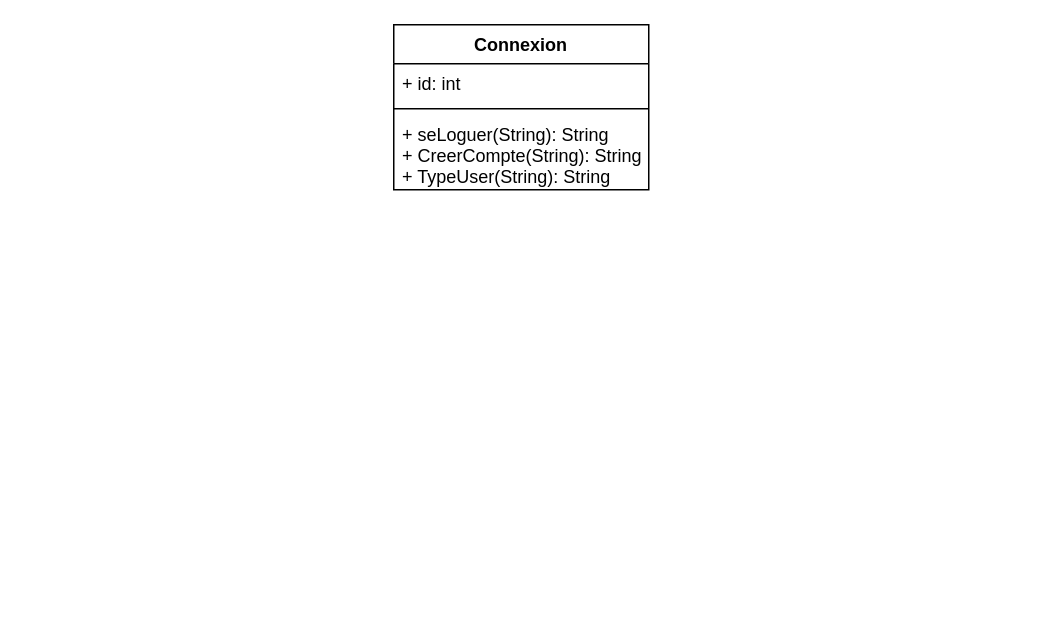
Earlier version of the draw.io diagram Untitled Diagram.drawio (barais/tpjpa2024). Source tidied: cells renumbered, new cells numbered last; positions are measured from the earlier drawing's top-left corner, leaving out a move shared by most shapes. Both pictures are drawn from the tidied source at 150%, with x=0, y=0 at pixel (393, 24).
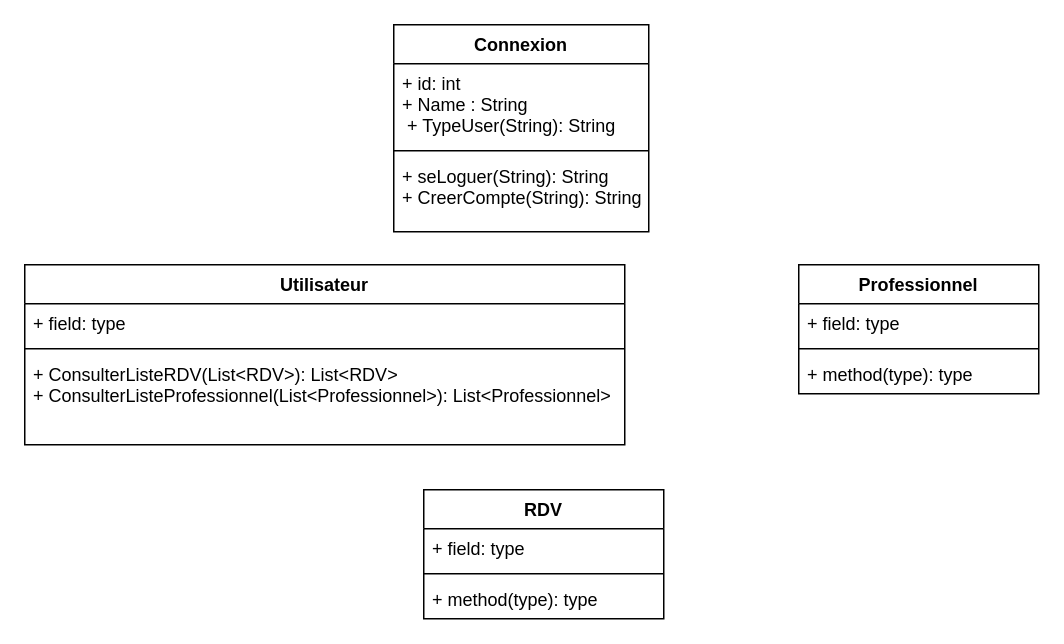
The same diagram, later.

What changed in the source:
```diff
@@
 <mxGraphModel>
   <root>
     <mxCell id="0" />
     <mxCell id="1" parent="0" />
     <mxCell id="2" value="Connexion" style="swimlane;fontStyle=1;align=center;verticalAlign=top;horizontal=1;startSize=26;" parent="1" vertex="1">
-      <mxGeometry width="170" height="110" as="geometry" />
+      <mxGeometry width="170" height="138" as="geometry" />
     </mxCell>
-    <mxCell id="3" value="+ id: int &#10;" style="text;strokeColor=none;fillColor=none;align=left;verticalAlign=top;spacingLeft=4;spacingRight=4;overflow=hidden;" parent="2" vertex="1">
-      <mxGeometry y="26" width="170" height="26" as="geometry" />
+    <mxCell id="3" value="+ id: int&#10;+ Name : String&#10; + TypeUser(String): String&#10;&#10;" style="text;strokeColor=none;fillColor=none;align=left;verticalAlign=top;spacingLeft=4;spacingRight=4;overflow=hidden;" parent="2" vertex="1">
+      <mxGeometry y="26" width="170" height="54" as="geometry" />
     </mxCell>
     <mxCell id="4" style="line;strokeWidth=1;fillColor=none;align=left;verticalAlign=middle;spacingTop=-1;spacingLeft=3;spacingRight=3;labelPosition=right;" parent="2" vertex="1">
-      <mxGeometry y="52" width="170" height="8" as="geometry" />
+      <mxGeometry y="80" width="170" height="8" as="geometry" />
     </mxCell>
-    <mxCell id="5" value="+ seLoguer(String): String&#10;+ CreerCompte(String): String&#10;+ TypeUser(String): String&#10;" style="text;strokeColor=none;fillColor=none;align=left;verticalAlign=top;spacingLeft=4;spacingRight=4;overflow=hidden;" parent="2" vertex="1">
-      <mxGeometry y="60" width="170" height="50" as="geometry" />
+    <mxCell id="5" value="+ seLoguer(String): String&#10;+ CreerCompte(String): String&#10;" style="text;strokeColor=none;fillColor=none;align=left;verticalAlign=top;spacingLeft=4;spacingRight=4;overflow=hidden;" parent="2" vertex="1">
+      <mxGeometry y="88" width="170" height="50" as="geometry" />
     </mxCell>
+    <mxCell id="6" value="Utilisateur" style="swimlane;fontStyle=1;align=center;verticalAlign=top;horizontal=1;startSize=26;" parent="1" vertex="1">
+      <mxGeometry x="-246" y="160" width="400" height="120" as="geometry" />
+    </mxCell>
+    <mxCell id="7" value="+ field: type" style="text;strokeColor=none;fillColor=none;align=left;verticalAlign=top;spacingLeft=4;spacingRight=4;overflow=hidden;" parent="6" vertex="1">
+      <mxGeometry y="26" width="400" height="26" as="geometry" />
+    </mxCell>
+    <mxCell id="8" style="line;strokeWidth=1;fillColor=none;align=left;verticalAlign=middle;spacingTop=-1;spacingLeft=3;spacingRight=3;labelPosition=right;" parent="6" vertex="1">
+      <mxGeometry y="52" width="400" height="8" as="geometry" />
+    </mxCell>
+    <mxCell id="9" value="+ ConsulterListeRDV(List&lt;RDV&gt;): List&lt;RDV&gt;&#10;+ ConsulterListeProfessionnel(List&lt;Professionnel&gt;): List&lt;Professionnel&gt;" style="text;strokeColor=none;fillColor=none;align=left;verticalAlign=top;spacingLeft=4;spacingRight=4;overflow=hidden;" parent="6" vertex="1">
+      <mxGeometry y="60" width="400" height="60" as="geometry" />
+    </mxCell>
+    <mxCell id="10" value="Professionnel" style="swimlane;fontStyle=1;align=center;verticalAlign=top;horizontal=1;startSize=26;" parent="1" vertex="1">
+      <mxGeometry x="270" y="160" width="160" height="86" as="geometry" />
+    </mxCell>
+    <mxCell id="11" value="+ field: type" style="text;strokeColor=none;fillColor=none;align=left;verticalAlign=top;spacingLeft=4;spacingRight=4;overflow=hidden;" parent="10" vertex="1">
+      <mxGeometry y="26" width="160" height="26" as="geometry" />
+    </mxCell>
+    <mxCell id="12" style="line;strokeWidth=1;fillColor=none;align=left;verticalAlign=middle;spacingTop=-1;spacingLeft=3;spacingRight=3;labelPosition=right;" parent="10" vertex="1">
+      <mxGeometry y="52" width="160" height="8" as="geometry" />
+    </mxCell>
+    <mxCell id="13" value="+ method(type): type" style="text;strokeColor=none;fillColor=none;align=left;verticalAlign=top;spacingLeft=4;spacingRight=4;overflow=hidden;" parent="10" vertex="1">
+      <mxGeometry y="60" width="160" height="26" as="geometry" />
+    </mxCell>
+    <mxCell id="14" value="RDV" style="swimlane;fontStyle=1;align=center;verticalAlign=top;horizontal=1;startSize=26;" parent="1" vertex="1">
+      <mxGeometry x="20" y="310" width="160" height="86" as="geometry" />
+    </mxCell>
+    <mxCell id="15" value="+ field: type" style="text;strokeColor=none;fillColor=none;align=left;verticalAlign=top;spacingLeft=4;spacingRight=4;overflow=hidden;" parent="14" vertex="1">
+      <mxGeometry y="26" width="160" height="26" as="geometry" />
+    </mxCell>
+    <mxCell id="16" style="line;strokeWidth=1;fillColor=none;align=left;verticalAlign=middle;spacingTop=-1;spacingLeft=3;spacingRight=3;labelPosition=right;" parent="14" vertex="1">
+      <mxGeometry y="52" width="160" height="8" as="geometry" />
+    </mxCell>
+    <mxCell id="17" value="+ method(type): type" style="text;strokeColor=none;fillColor=none;align=left;verticalAlign=top;spacingLeft=4;spacingRight=4;overflow=hidden;" parent="14" vertex="1">
+      <mxGeometry y="60" width="160" height="26" as="geometry" />
+    </mxCell>
   </root>
 </mxGraphModel>
```
